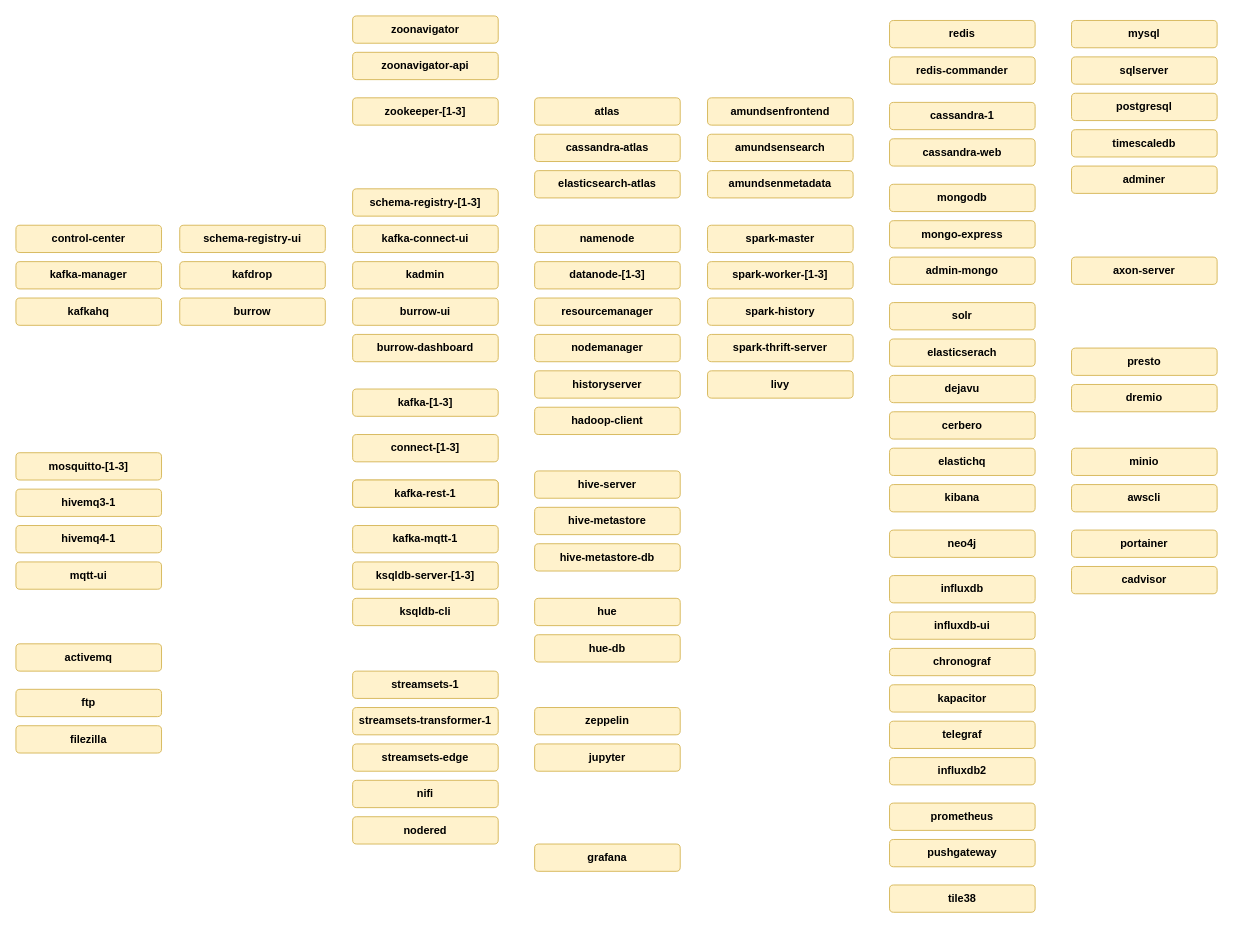
Before: page "Page-1" (1 of 3) of platform-stacks/modern-data-platform/documentation/drawio/modern-data-platform.drawio in TrivadisPF/platys-modern-data-platform, a draw.io diagram. Source tidied: cells renumbered, new cells numbered last; positions are measured from the earlier drawing's top-left corner, leaving out a move shared by most shapes. Both pictures are drawn from the tidied source at 91%, with x=0, y=0 at pixel (15, 15).
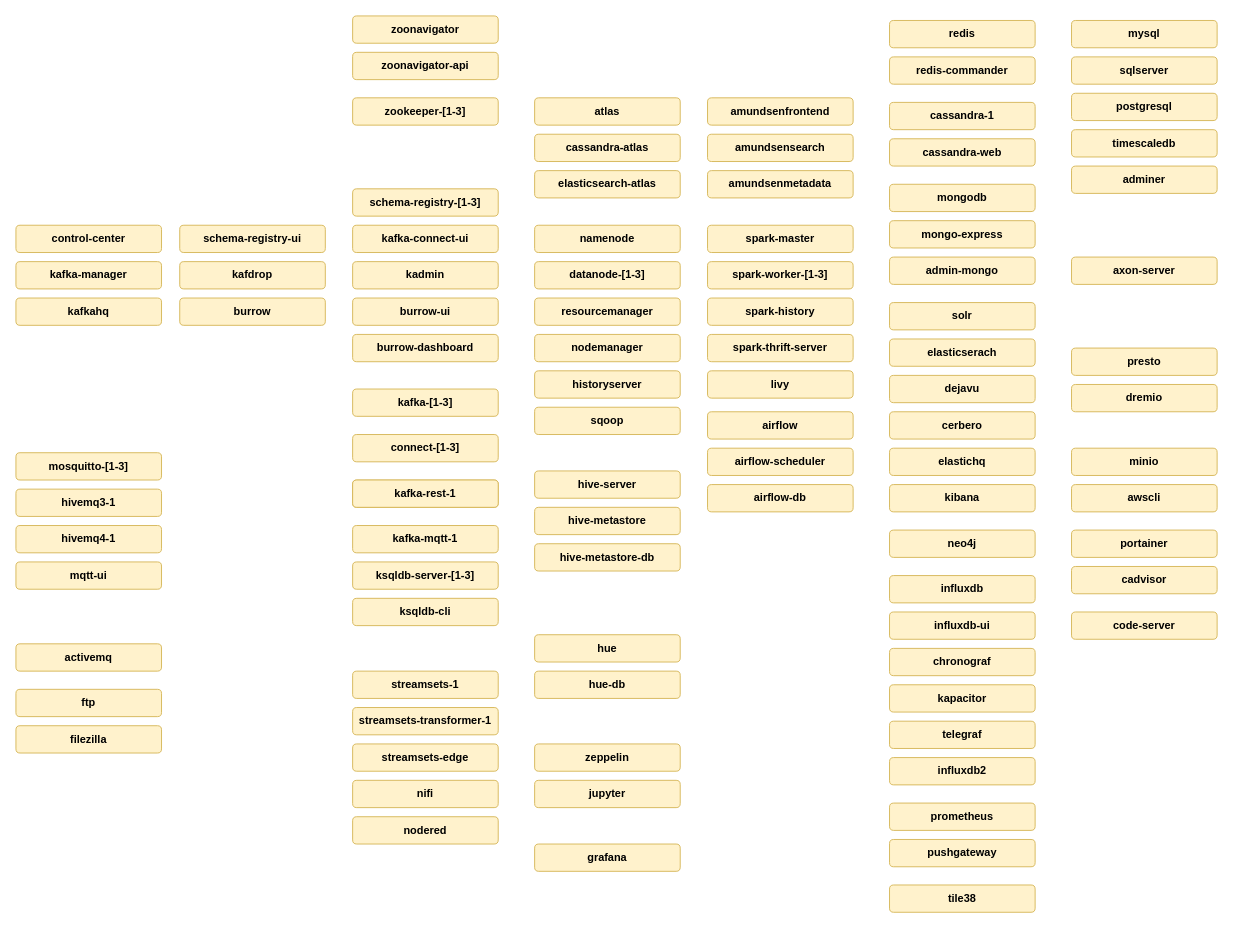
Above is the later version.

Diff of the diagram source:
```diff
@@
-    <mxCell id="29" value="&lt;span&gt;hadoop-client&lt;/span&gt;" style="rounded=1;whiteSpace=wrap;html=1;fillColor=#fff2cc;strokeColor=#d6b656;fontStyle=1;" parent="1" vertex="1">
+    <mxCell id="29" value="&lt;span&gt;sqoop&lt;/span&gt;" style="rounded=1;whiteSpace=wrap;html=1;fillColor=#fff2cc;strokeColor=#d6b656;fontStyle=1;" parent="1" vertex="1">
       <mxGeometry x="570" y="430" width="160" height="30" as="geometry" />
     </mxCell>
@@
     <mxCell id="43" value="&lt;span&gt;hue&lt;/span&gt;" style="rounded=1;whiteSpace=wrap;html=1;fillColor=#fff2cc;strokeColor=#d6b656;fontStyle=1;" parent="1" vertex="1">
-      <mxGeometry x="570" y="640" width="160" height="30" as="geometry" />
+      <mxGeometry x="570" y="680" width="160" height="30" as="geometry" />
     </mxCell>
     <mxCell id="44" value="&lt;span&gt;hue-db&lt;/span&gt;" style="rounded=1;whiteSpace=wrap;html=1;fillColor=#fff2cc;strokeColor=#d6b656;fontStyle=1;" parent="1" vertex="1">
-      <mxGeometry x="570" y="680" width="160" height="30" as="geometry" />
+      <mxGeometry x="570" y="720" width="160" height="30" as="geometry" />
     </mxCell>
@@
     <mxCell id="50" value="&lt;span&gt;zeppelin&lt;/span&gt;" style="rounded=1;whiteSpace=wrap;html=1;fillColor=#fff2cc;strokeColor=#d6b656;fontStyle=1;" parent="1" vertex="1">
-      <mxGeometry x="570" y="760" width="160" height="30" as="geometry" />
+      <mxGeometry x="570" y="800" width="160" height="30" as="geometry" />
     </mxCell>
     <mxCell id="51" value="&lt;span&gt;jupyter&lt;/span&gt;" style="rounded=1;whiteSpace=wrap;html=1;fillColor=#fff2cc;strokeColor=#d6b656;fontStyle=1;" parent="1" vertex="1">
-      <mxGeometry x="570" y="800" width="160" height="30" as="geometry" />
+      <mxGeometry x="570" y="840" width="160" height="30" as="geometry" />
     </mxCell>
@@
+    <mxCell id="95" value="&lt;span&gt;airflow&lt;/span&gt;" style="rounded=1;whiteSpace=wrap;html=1;fillColor=#fff2cc;strokeColor=#d6b656;fontStyle=1;" parent="1" vertex="1">
+      <mxGeometry x="760" y="435" width="160" height="30" as="geometry" />
+    </mxCell>
+    <mxCell id="96" value="&lt;span&gt;airflow-scheduler&lt;/span&gt;" style="rounded=1;whiteSpace=wrap;html=1;fillColor=#fff2cc;strokeColor=#d6b656;fontStyle=1;" parent="1" vertex="1">
+      <mxGeometry x="760" y="475" width="160" height="30" as="geometry" />
+    </mxCell>
+    <mxCell id="97" value="&lt;span&gt;airflow-db&lt;/span&gt;" style="rounded=1;whiteSpace=wrap;html=1;fillColor=#fff2cc;strokeColor=#d6b656;fontStyle=1;" parent="1" vertex="1">
+      <mxGeometry x="760" y="515" width="160" height="30" as="geometry" />
+    </mxCell>
+    <mxCell id="98" value="&lt;span&gt;code-server&lt;/span&gt;" style="rounded=1;whiteSpace=wrap;html=1;fillColor=#fff2cc;strokeColor=#d6b656;fontStyle=1;" parent="1" vertex="1">
+      <mxGeometry x="1160" y="655" width="160" height="30" as="geometry" />
+    </mxCell>
```
